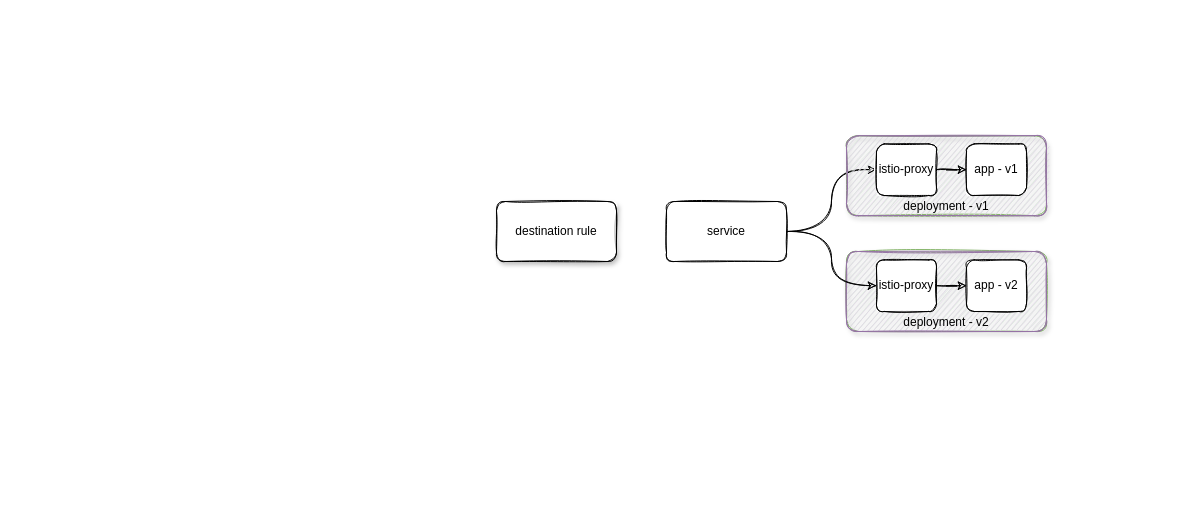
The draw.io diagram istio-topology.drawio in haidouks/draw.io, before the edit. Source tidied: cells renumbered, new cells numbered last; positions are measured from the earlier drawing's top-left corner, leaving out a move shared by most shapes. Both pictures are drawn from the tidied source at 100%, with x=0, y=0 at pixel (496, 135).
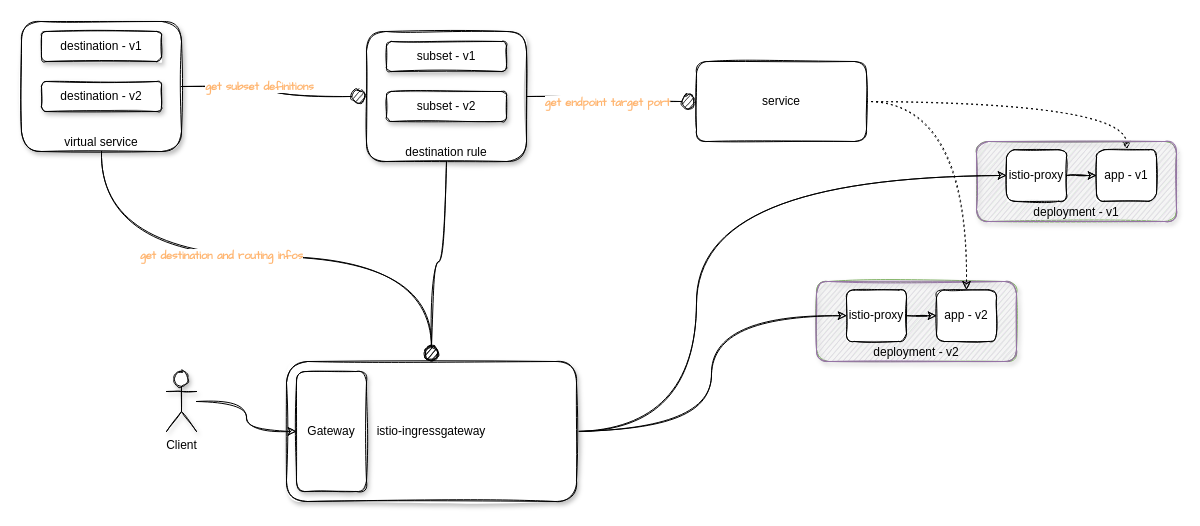
The same diagram, later.

The change refers to these unchanged cells:
```xml
<mxCell id="5" value="istio-proxy" style="rounded=1;whiteSpace=wrap;html=1;sketch=1;" parent="2" vertex="1">
  <mxGeometry x="30" y="8.4" width="60" height="51.6" as="geometry" />
</mxCell>
<mxCell id="6" value="app - v2" style="rounded=1;whiteSpace=wrap;html=1;sketch=1;" parent="2" vertex="1">
  <mxGeometry x="120" y="8.4" width="60" height="51.6" as="geometry" />
</mxCell>
<mxCell id="12" value="istio-proxy" style="rounded=1;whiteSpace=wrap;html=1;sketch=1;" parent="10" vertex="1">
  <mxGeometry x="30" y="8.2" width="60" height="51.6" as="geometry" />
</mxCell>
<mxCell id="13" value="app - v1" style="rounded=1;whiteSpace=wrap;html=1;sketch=1;" parent="10" vertex="1">
  <mxGeometry x="120" y="8.2" width="60" height="51.6" as="geometry" />
</mxCell>
```

The edit, as a diff of the source:
```diff
@@
     <mxCell id="2" style="group;sketch=1;rounded=1;fillColor=#d5e8d4;strokeColor=#82b366;shadow=1;" parent="1" vertex="1">
-      <mxGeometry x="350" y="116" width="200" height="80" as="geometry" />
+      <mxGeometry x="320" y="146" width="200" height="80" as="geometry" />
     </mxCell>
@@
-    <mxCell id="7" style="edgeStyle=orthogonalEdgeStyle;jettySize=auto;html=1;curved=1;sketch=1;" parent="1" edge="1" source="9" target="5">
-      <mxGeometry relative="1" as="geometry" />
-    </mxCell>
-    <mxCell id="8" style="edgeStyle=orthogonalEdgeStyle;jettySize=auto;html=1;exitX=1;exitY=0.5;exitDx=0;exitDy=0;entryX=0;entryY=0.5;entryDx=0;entryDy=0;curved=1;sketch=1;" parent="1" edge="1" source="9" target="12">
-      <mxGeometry relative="1" as="geometry" />
-    </mxCell>
+    <mxCell id="16" style="edgeStyle=orthogonalEdgeStyle;curved=1;sketch=1;jettySize=auto;html=1;exitX=1;exitY=0.5;exitDx=0;exitDy=0;fontColor=#FFB570;endArrow=classic;endFill=1;strokeColor=#000000;dashed=1;dashPattern=1 4;" parent="1" edge="1" source="9" target="6">
+      <mxGeometry relative="1" as="geometry" />
+    </mxCell>
+    <mxCell id="17" style="edgeStyle=orthogonalEdgeStyle;curved=1;sketch=1;jettySize=auto;html=1;exitX=1;exitY=0.5;exitDx=0;exitDy=0;entryX=0.5;entryY=0;entryDx=0;entryDy=0;fontColor=#FFB570;endArrow=classic;endFill=1;strokeColor=#000000;dashed=1;dashPattern=1 4;" parent="1" edge="1" source="9" target="13">
+      <mxGeometry relative="1" as="geometry" />
+    </mxCell>
     <mxCell id="9" value="service" style="rounded=1;whiteSpace=wrap;html=1;verticalAlign=middle;sketch=1;" parent="1" vertex="1">
-      <mxGeometry x="170" y="66" width="120" height="60" as="geometry" />
+      <mxGeometry x="200" y="-74" width="170" height="80" as="geometry" />
     </mxCell>
     <mxCell id="10" style="group;fillColor=#d5e8d4;strokeColor=#82b366;sketch=1;shadow=1;rounded=1;" parent="1" vertex="1">
-      <mxGeometry x="350" y="0.2" width="200" height="80" as="geometry" />
+      <mxGeometry x="480" y="6" width="200" height="80" as="geometry" />
     </mxCell>
@@
+    <mxCell id="18" style="group;" parent="1" vertex="1">
+      <mxGeometry x="-130" y="-104" width="160" height="160" as="geometry" />
+    </mxCell>
-    <mxCell id="15" value="&lt;font color=&quot;#000000&quot;&gt;destination rule&lt;/font&gt;" style="rounded=1;whiteSpace=wrap;html=1;shadow=1;sketch=1;fontColor=#FFB570;fillColor=#ffffff;gradientColor=none;verticalAlign=middle;" parent="1" vertex="1">
-      <mxGeometry y="66" width="120" height="60" as="geometry" />
+    <mxCell id="15" value="&lt;font color=&quot;#000000&quot;&gt;destination rule&lt;/font&gt;" style="rounded=1;whiteSpace=wrap;html=1;shadow=1;sketch=1;fontColor=#FFB570;fillColor=#ffffff;gradientColor=none;verticalAlign=bottom;" parent="18" vertex="1">
+      <mxGeometry width="160" height="130" as="geometry" />
     </mxCell>
+    <mxCell id="19" value="&lt;font color=&quot;#000000&quot;&gt;subset - v1&lt;/font&gt;" style="rounded=1;whiteSpace=wrap;html=1;shadow=1;sketch=1;fontColor=#FFB570;fillColor=#ffffff;gradientColor=none;verticalAlign=middle;" parent="18" vertex="1">
+      <mxGeometry x="20" y="10" width="120" height="30" as="geometry" />
+    </mxCell>
+    <mxCell id="20" value="&lt;font color=&quot;#000000&quot;&gt;subset - v2&lt;/font&gt;" style="rounded=1;whiteSpace=wrap;html=1;shadow=1;sketch=1;fontColor=#FFB570;fillColor=#ffffff;gradientColor=none;verticalAlign=middle;" parent="18" vertex="1">
+      <mxGeometry x="20" y="60" width="120" height="30" as="geometry" />
+    </mxCell>
+    <mxCell id="21" style="group;" parent="1" vertex="1">
+      <mxGeometry x="-475" y="-114" width="160" height="160" as="geometry" />
+    </mxCell>
+    <mxCell id="22" value="&lt;font color=&quot;#000000&quot;&gt;virtual service&lt;/font&gt;" style="rounded=1;whiteSpace=wrap;html=1;shadow=1;sketch=1;fontColor=#FFB570;fillColor=#ffffff;gradientColor=none;verticalAlign=bottom;" parent="21" vertex="1">
+      <mxGeometry width="160" height="130" as="geometry" />
+    </mxCell>
+    <mxCell id="23" value="&lt;font color=&quot;#000000&quot;&gt;destination - v1&lt;/font&gt;" style="rounded=1;whiteSpace=wrap;html=1;shadow=1;sketch=1;fontColor=#FFB570;fillColor=#ffffff;gradientColor=none;verticalAlign=middle;" parent="21" vertex="1">
+      <mxGeometry x="20" y="10" width="120" height="30" as="geometry" />
+    </mxCell>
+    <mxCell id="24" value="&lt;font color=&quot;#000000&quot;&gt;destination - v2&lt;/font&gt;" style="rounded=1;whiteSpace=wrap;html=1;shadow=1;sketch=1;fontColor=#FFB570;fillColor=#ffffff;gradientColor=none;verticalAlign=middle;" parent="21" vertex="1">
+      <mxGeometry x="20" y="60" width="120" height="30" as="geometry" />
+    </mxCell>
+    <mxCell id="25" style="edgeStyle=orthogonalEdgeStyle;curved=1;sketch=1;jettySize=auto;html=1;exitX=1;exitY=0.5;exitDx=0;exitDy=0;entryX=0;entryY=0.5;entryDx=0;entryDy=0;fontColor=#FFB570;endArrow=classic;endFill=1;strokeColor=#000000;" parent="1" edge="1" source="27" target="5">
+      <mxGeometry relative="1" as="geometry" />
+    </mxCell>
+    <mxCell id="26" style="edgeStyle=orthogonalEdgeStyle;curved=1;sketch=1;jettySize=auto;html=1;exitX=1;exitY=0.5;exitDx=0;exitDy=0;entryX=0;entryY=0.5;entryDx=0;entryDy=0;fontColor=#FFB570;endArrow=classic;endFill=1;strokeColor=#000000;" parent="1" edge="1" source="27" target="12">
+      <mxGeometry relative="1" as="geometry">
+        <Array as="points">
+          <mxPoint x="200" y="296" />
+          <mxPoint x="200" y="40" />
+        </Array>
+      </mxGeometry>
+    </mxCell>
+    <mxCell id="27" value="&lt;font color=&quot;#000000&quot;&gt;istio-ingressgateway&lt;/font&gt;" style="rounded=1;whiteSpace=wrap;html=1;shadow=1;sketch=1;fontColor=#FFB570;fillColor=#ffffff;gradientColor=none;verticalAlign=middle;" parent="1" vertex="1">
+      <mxGeometry x="-210" y="226" width="290" height="140" as="geometry" />
+    </mxCell>
+    <mxCell id="28" style="edgeStyle=orthogonalEdgeStyle;curved=1;sketch=1;jettySize=auto;html=1;exitX=0.5;exitY=1;exitDx=0;exitDy=0;entryX=0.5;entryY=0;entryDx=0;entryDy=0;fontColor=#FFB570;strokeColor=#000000;endArrow=circle;endFill=1;" parent="1" edge="1" source="22" target="27">
+      <mxGeometry relative="1" as="geometry" />
+    </mxCell>
+    <mxCell id="29" value="get destination and routing infos" style="edgeLabel;html=1;align=center;verticalAlign=middle;fontColor=#FFB570;fontStyle=1;fontFamily=Comic Sans MS;" parent="28" vertex="1">
+      <mxGeometry x="-0.17" y="2" relative="1" as="geometry" />
+    </mxCell>
+    <mxCell id="30" style="edgeStyle=orthogonalEdgeStyle;curved=1;sketch=1;jettySize=auto;html=1;exitX=0.5;exitY=1;exitDx=0;exitDy=0;entryX=0.5;entryY=0;entryDx=0;entryDy=0;fontColor=#FFB570;endArrow=circle;endFill=1;strokeColor=#000000;" parent="1" edge="1" source="15" target="27">
+      <mxGeometry relative="1" as="geometry" />
+    </mxCell>
+    <mxCell id="31" style="edgeStyle=orthogonalEdgeStyle;curved=1;sketch=1;jettySize=auto;html=1;exitX=1;exitY=0.5;exitDx=0;exitDy=0;fontColor=#FFB570;endArrow=circle;endFill=1;strokeColor=#000000;" parent="1" edge="1" source="15" target="9">
+      <mxGeometry relative="1" as="geometry" />
+    </mxCell>
+    <mxCell id="32" value="get endpoint target port" style="edgeLabel;html=1;align=center;verticalAlign=middle;fontColor=#FFB570;fontStyle=1;fontFamily=Comic Sans MS;" parent="31" vertex="1">
+      <mxGeometry x="-0.28" y="-2" relative="1" as="geometry">
+        <mxPoint x="17" y="3" as="offset" />
+      </mxGeometry>
+    </mxCell>
+    <mxCell id="33" style="edgeStyle=orthogonalEdgeStyle;curved=1;sketch=1;jettySize=auto;html=1;exitX=1;exitY=0.5;exitDx=0;exitDy=0;fontColor=#FFB570;endArrow=circle;endFill=1;strokeColor=#000000;" parent="1" edge="1" source="22" target="15">
+      <mxGeometry relative="1" as="geometry" />
+    </mxCell>
+    <mxCell id="34" value="get subset definitions" style="edgeLabel;html=1;align=center;verticalAlign=middle;fontColor=#FFB570;fontFamily=Comic Sans MS;fontStyle=1;" parent="33" vertex="1">
+      <mxGeometry x="-0.21" y="1" relative="1" as="geometry" />
+    </mxCell>
+    <mxCell id="35" style="edgeStyle=orthogonalEdgeStyle;curved=1;sketch=1;jettySize=auto;html=1;entryX=0;entryY=0.5;entryDx=0;entryDy=0;fontColor=#FFB570;endArrow=classic;endFill=1;strokeColor=#000000;" parent="1" edge="1" source="36" target="37">
+      <mxGeometry relative="1" as="geometry" />
+    </mxCell>
+    <mxCell id="36" value="&lt;font color=&quot;#000000&quot;&gt;Client&lt;/font&gt;" style="shape=umlActor;verticalLabelPosition=bottom;verticalAlign=top;html=1;outlineConnect=0;rounded=1;shadow=1;sketch=1;fontColor=#FFB570;fillColor=#ffffff;gradientColor=none;" parent="1" vertex="1">
+      <mxGeometry x="-330" y="236" width="30" height="60" as="geometry" />
+    </mxCell>
+    <mxCell id="37" value="&lt;font color=&quot;#000000&quot;&gt;Gateway&lt;/font&gt;" style="rounded=1;whiteSpace=wrap;html=1;shadow=1;sketch=1;fontColor=#FFB570;fillColor=#ffffff;gradientColor=none;verticalAlign=middle;" parent="1" vertex="1">
+      <mxGeometry x="-200" y="236" width="70" height="120" as="geometry" />
+    </mxCell>
```
